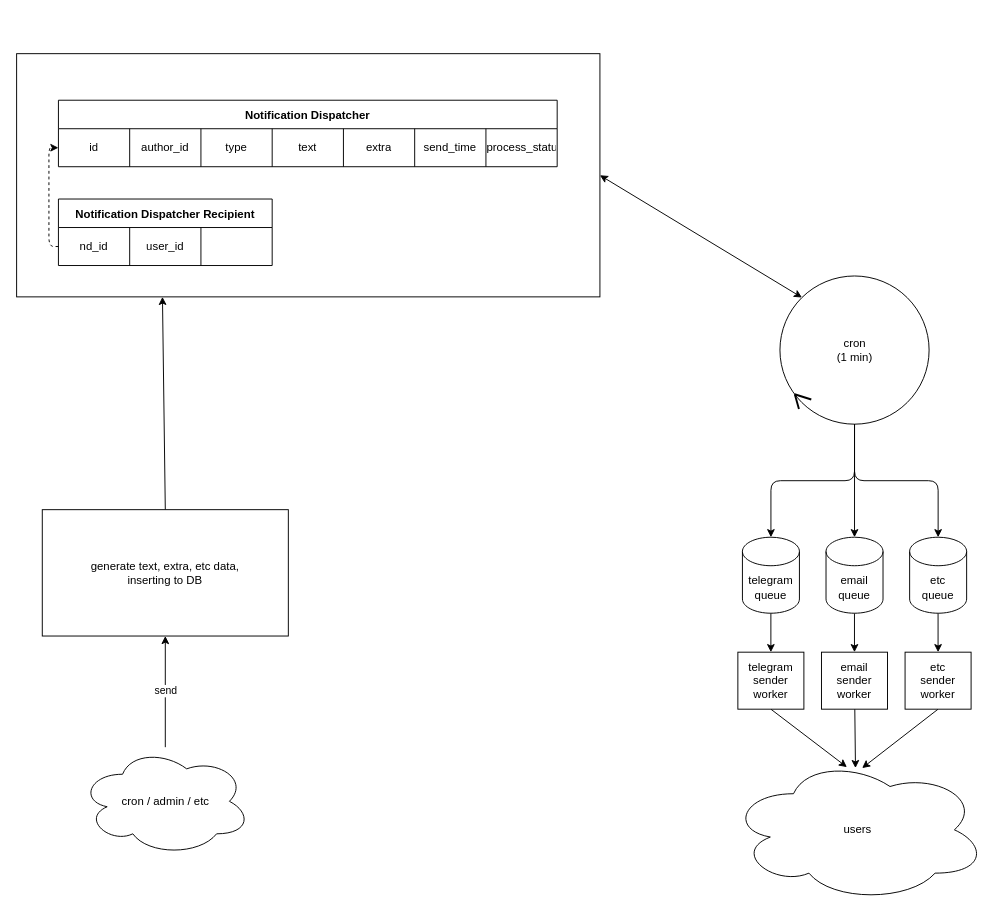
Before: notify_sys.drawio in sokoloveadev/draw.io, a draw.io diagram. Source tidied: cells renumbered, new cells numbered last; positions are measured from the earlier drawing's top-left corner, leaving out a move shared by most shapes. Both pictures are drawn from the tidied source at 95%, with x=0, y=0 at pixel (16, 53).
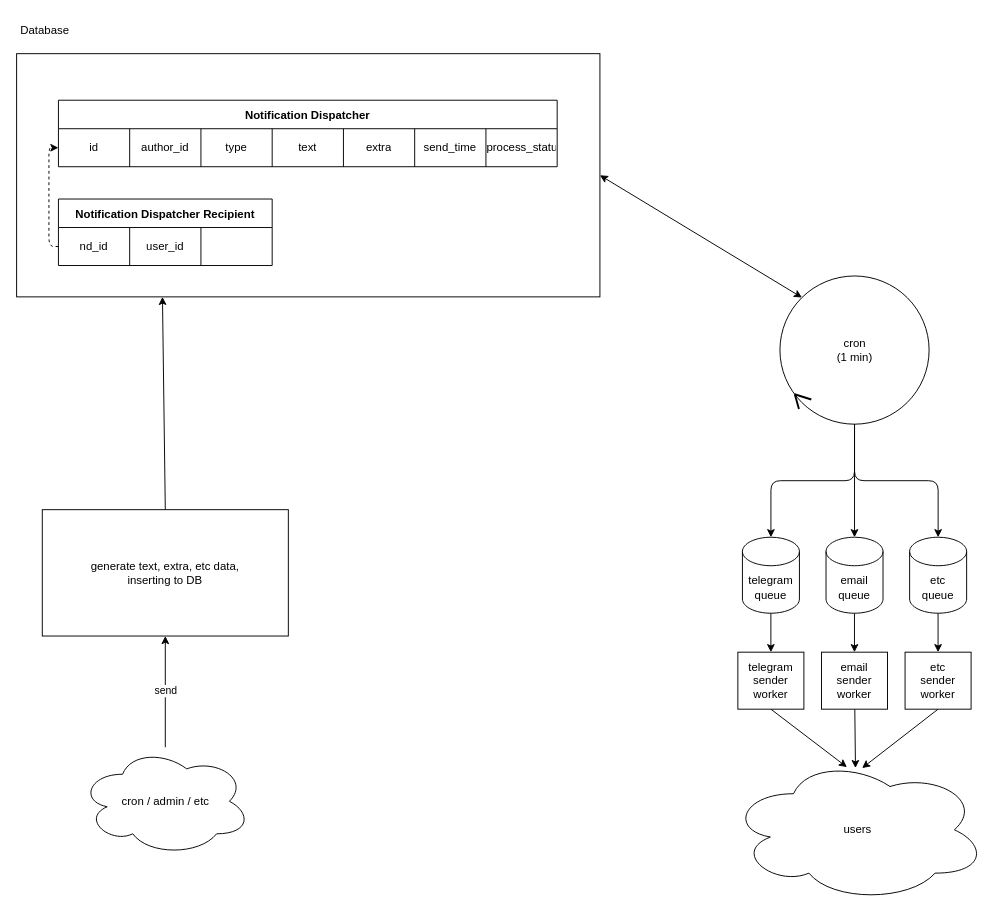
Above is the later version.

What changed in the source:
```diff
@@
+    <mxCell id="44" value="Database" style="text;html=1;strokeColor=none;fillColor=none;align=center;verticalAlign=middle;whiteSpace=wrap;rounded=0;" parent="1" vertex="1">
+      <mxGeometry y="-39" width="60" height="30" as="geometry" />
+    </mxCell>
```
